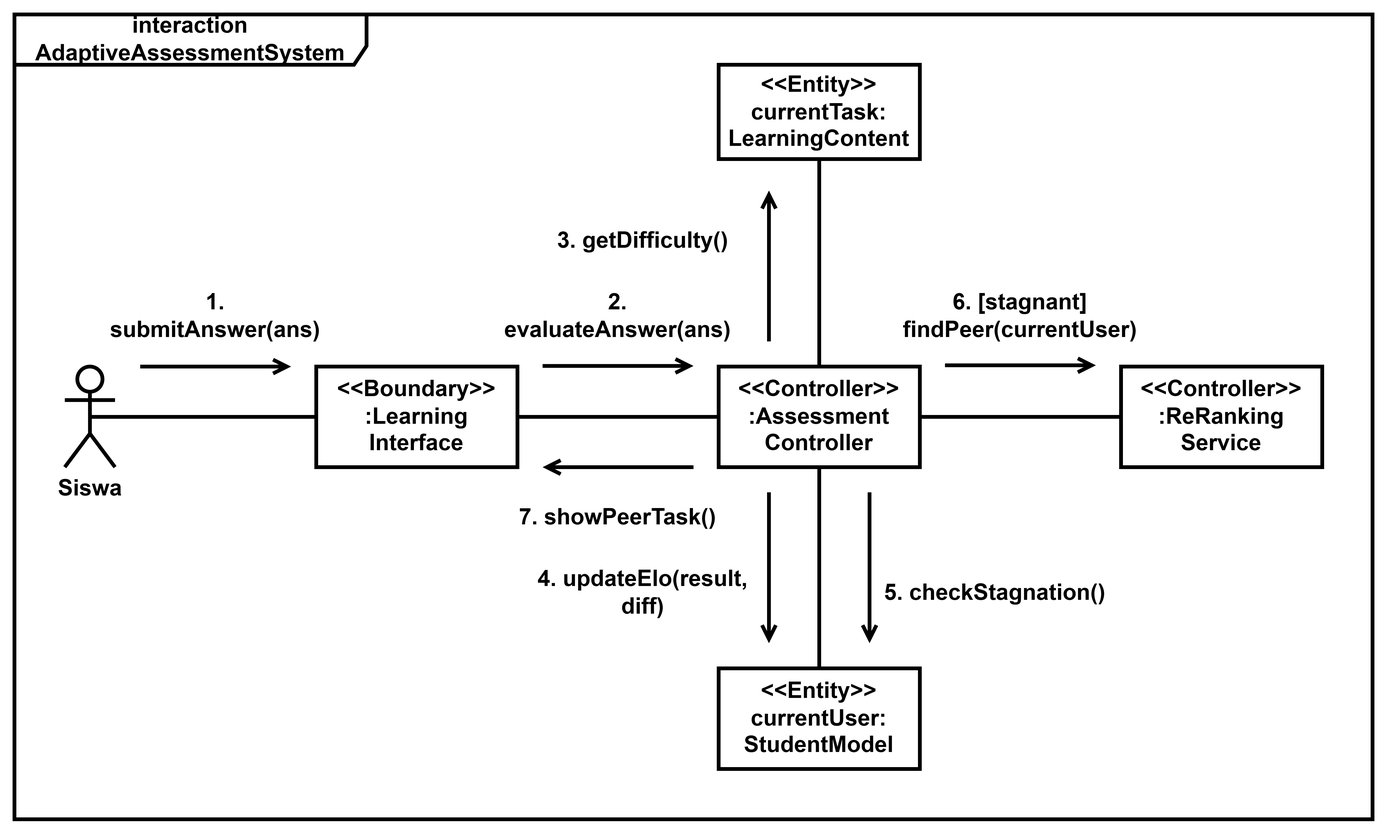
RunningPie/LaporanTA-18222047 keeps this draw.io diagram as images/communication_diagram.png. Above is the earlier version. Source tidied: cells renumbered, new cells last; positions are measured from the earlier drawing's top-left corner, leaving out a move shared by most shapes. The source it was exported from:
```xml
<mxGraphModel>
  <root>
    <mxCell id="0" />
    <mxCell id="1" parent="0" />
    <mxCell id="2" value="&lt;span&gt;interaction&lt;/span&gt;&lt;div&gt;AdaptiveAssessmentSystem&lt;/div&gt;" style="shape=umlFrame;whiteSpace=wrap;html=1;width=280;height=40;fontStyle=1;fontSize=18;strokeWidth=3;" parent="1" vertex="1">
      <mxGeometry width="1080" height="640" as="geometry" />
    </mxCell>
    <mxCell id="3" style="edgeStyle=none;curved=1;rounded=0;jettySize=auto;html=1;exitX=0.5;exitY=0.5;exitDx=0;exitDy=0;exitPerimeter=0;entryX=0;entryY=0.5;entryDx=0;entryDy=0;fontSize=18;startSize=8;endSize=8;endArrow=none;endFill=0;fontStyle=1;strokeWidth=3;" parent="1" edge="1" source="4" target="6">
      <mxGeometry relative="1" as="geometry" />
    </mxCell>
    <mxCell id="4" value="Siswa" style="shape=umlActor;verticalLabelPosition=bottom;verticalAlign=top;html=1;fontStyle=1;fontSize=18;strokeWidth=3;" parent="1" vertex="1">
      <mxGeometry x="40" y="280" width="40" height="80" as="geometry" />
    </mxCell>
    <mxCell id="5" style="edgeStyle=none;curved=1;rounded=0;jettySize=auto;html=1;exitX=1;exitY=0.5;exitDx=0;exitDy=0;entryX=0;entryY=0.5;entryDx=0;entryDy=0;fontSize=18;startSize=8;endSize=8;endArrow=none;endFill=0;fontStyle=1;strokeWidth=3;" parent="1" edge="1" source="6" target="10">
      <mxGeometry relative="1" as="geometry" />
    </mxCell>
    <mxCell id="6" value="&lt;div&gt;&amp;lt;&amp;lt;Boundary&amp;gt;&amp;gt;&lt;/div&gt;:Learning&lt;div&gt;Interface&lt;/div&gt;" style="html=1;whiteSpace=wrap;fontStyle=1;fontSize=18;strokeWidth=3;" parent="1" vertex="1">
      <mxGeometry x="240" y="280" width="160" height="80" as="geometry" />
    </mxCell>
    <mxCell id="7" style="edgeStyle=none;curved=1;rounded=0;jettySize=auto;html=1;exitX=0.5;exitY=0;exitDx=0;exitDy=0;entryX=0.5;entryY=1;entryDx=0;entryDy=0;fontSize=18;startSize=8;endSize=8;endArrow=none;endFill=0;fontStyle=1;strokeWidth=3;" parent="1" edge="1" source="10" target="11">
      <mxGeometry relative="1" as="geometry" />
    </mxCell>
    <mxCell id="8" style="edgeStyle=none;curved=1;rounded=0;jettySize=auto;html=1;exitX=0.5;exitY=1;exitDx=0;exitDy=0;entryX=0.5;entryY=0;entryDx=0;entryDy=0;fontSize=18;startSize=8;endSize=8;endArrow=none;endFill=0;fontStyle=1;strokeWidth=3;" parent="1" edge="1" source="10" target="12">
      <mxGeometry relative="1" as="geometry" />
    </mxCell>
    <mxCell id="9" style="edgeStyle=none;curved=1;rounded=0;jettySize=auto;html=1;exitX=1;exitY=0.5;exitDx=0;exitDy=0;entryX=0;entryY=0.5;entryDx=0;entryDy=0;fontSize=18;startSize=8;endSize=8;endArrow=none;endFill=0;fontStyle=1;strokeWidth=3;" parent="1" edge="1" source="10" target="13">
      <mxGeometry relative="1" as="geometry" />
    </mxCell>
    <mxCell id="10" value="&lt;div&gt;&amp;lt;&amp;lt;Controller&amp;gt;&amp;gt;&lt;/div&gt;:Assessment&lt;div&gt;Controller&lt;/div&gt;" style="html=1;whiteSpace=wrap;fontStyle=1;fontSize=18;strokeWidth=3;" parent="1" vertex="1">
      <mxGeometry x="560" y="280" width="160" height="80" as="geometry" />
    </mxCell>
    <mxCell id="11" value="&lt;div&gt;&amp;lt;&amp;lt;Entity&amp;gt;&amp;gt;&lt;/div&gt;currentTask:&lt;div&gt;LearningContent&lt;/div&gt;" style="html=1;whiteSpace=wrap;fontStyle=1;fontSize=18;strokeWidth=3;" parent="1" vertex="1">
      <mxGeometry x="560" y="40" width="160" height="75" as="geometry" />
    </mxCell>
    <mxCell id="12" value="&lt;div&gt;&amp;lt;&amp;lt;Entity&amp;gt;&amp;gt;&lt;/div&gt;currentUser&lt;span style=&quot;background-color: transparent; color: light-dark(rgb(0, 0, 0), rgb(255, 255, 255));&quot;&gt;:&lt;/span&gt;&lt;div&gt;&lt;span style=&quot;background-color: transparent; color: light-dark(rgb(0, 0, 0), rgb(255, 255, 255));&quot;&gt;StudentModel&lt;/span&gt;&lt;/div&gt;" style="html=1;whiteSpace=wrap;fontStyle=1;fontSize=18;strokeWidth=3;" parent="1" vertex="1">
      <mxGeometry x="560" y="520" width="160" height="80" as="geometry" />
    </mxCell>
    <mxCell id="13" value="&lt;div&gt;&amp;lt;&amp;lt;Controller&amp;gt;&amp;gt;&lt;/div&gt;:ReRanking&lt;div&gt;Service&lt;/div&gt;" style="html=1;whiteSpace=wrap;fontStyle=1;fontSize=18;strokeWidth=3;" parent="1" vertex="1">
      <mxGeometry x="880" y="280" width="160" height="80" as="geometry" />
    </mxCell>
    <mxCell id="14" value="1. submitAnswer(ans)" style="text;html=1;whiteSpace=wrap;strokeColor=none;fillColor=none;align=center;verticalAlign=middle;rounded=0;fontSize=18;fontStyle=1;strokeWidth=3;" parent="1" vertex="1">
      <mxGeometry x="80" y="220" width="160" height="40" as="geometry" />
    </mxCell>
    <mxCell id="15" style="endArrow=open;html=1;rounded=0;fontSize=18;startSize=8;endSize=8;curved=1;endFill=0;fontStyle=1;strokeWidth=3;" parent="1" edge="1">
      <mxGeometry relative="1" as="geometry">
        <mxPoint x="100" y="280" as="sourcePoint" />
        <mxPoint x="220" y="280" as="targetPoint" />
      </mxGeometry>
    </mxCell>
    <mxCell id="16" value="2. evaluateAnswer(ans)" style="text;html=1;whiteSpace=wrap;strokeColor=none;fillColor=none;align=center;verticalAlign=middle;rounded=0;fontSize=18;fontStyle=1;strokeWidth=3;" parent="1" vertex="1">
      <mxGeometry x="400" y="220" width="160" height="40" as="geometry" />
    </mxCell>
    <mxCell id="17" style="endArrow=open;html=1;rounded=0;fontSize=18;startSize=8;endSize=8;curved=1;endFill=0;fontStyle=1;strokeWidth=3;" parent="1" edge="1">
      <mxGeometry relative="1" as="geometry">
        <mxPoint x="420" y="279.5" as="sourcePoint" />
        <mxPoint x="540" y="279.5" as="targetPoint" />
      </mxGeometry>
    </mxCell>
    <mxCell id="18" style="endArrow=open;html=1;rounded=0;fontSize=18;startSize=8;endSize=8;curved=1;endFill=0;fontStyle=1;strokeWidth=3;" parent="1" edge="1">
      <mxGeometry relative="1" as="geometry">
        <mxPoint x="600" y="260" as="sourcePoint" />
        <mxPoint x="600" y="140" as="targetPoint" />
      </mxGeometry>
    </mxCell>
    <mxCell id="19" value="3. getDifficulty()" style="text;html=1;whiteSpace=wrap;strokeColor=none;fillColor=none;align=center;verticalAlign=middle;rounded=0;fontSize=18;fontStyle=1;strokeWidth=3;" parent="1" vertex="1">
      <mxGeometry x="400" y="160" width="200" height="40" as="geometry" />
    </mxCell>
    <mxCell id="20" style="endArrow=open;html=1;rounded=0;fontSize=18;startSize=8;endSize=8;curved=1;endFill=0;fontStyle=1;strokeWidth=3;" parent="1" edge="1">
      <mxGeometry relative="1" as="geometry">
        <mxPoint x="600" y="380" as="sourcePoint" />
        <mxPoint x="600" y="500" as="targetPoint" />
      </mxGeometry>
    </mxCell>
    <mxCell id="21" value="4. updateElo(result, diff)" style="text;html=1;whiteSpace=wrap;strokeColor=none;fillColor=none;align=center;verticalAlign=middle;rounded=0;fontSize=18;fontStyle=1;strokeWidth=3;" parent="1" vertex="1">
      <mxGeometry x="400" y="440" width="200" height="40" as="geometry" />
    </mxCell>
    <mxCell id="22" style="endArrow=open;html=1;rounded=0;fontSize=18;startSize=8;endSize=8;curved=1;endFill=0;fontStyle=1;strokeWidth=3;" parent="1" edge="1">
      <mxGeometry relative="1" as="geometry">
        <mxPoint x="680" y="380" as="sourcePoint" />
        <mxPoint x="680" y="500" as="targetPoint" />
      </mxGeometry>
    </mxCell>
    <mxCell id="23" value="5. checkStagnation()" style="text;html=1;whiteSpace=wrap;strokeColor=none;fillColor=none;align=center;verticalAlign=middle;rounded=0;fontSize=18;fontStyle=1;strokeWidth=3;" parent="1" vertex="1">
      <mxGeometry x="680" y="440" width="200" height="40" as="geometry" />
    </mxCell>
    <mxCell id="24" style="endArrow=open;html=1;rounded=0;fontSize=18;startSize=8;endSize=8;curved=1;endFill=0;fontStyle=1;strokeWidth=3;" parent="1" edge="1">
      <mxGeometry relative="1" as="geometry">
        <mxPoint x="740" y="279" as="sourcePoint" />
        <mxPoint x="860" y="279" as="targetPoint" />
      </mxGeometry>
    </mxCell>
    <mxCell id="25" value="6. [stagnant]&lt;div&gt;findPeer(currentUser)&lt;/div&gt;" style="text;html=1;whiteSpace=wrap;strokeColor=none;fillColor=none;align=center;verticalAlign=middle;rounded=0;fontSize=18;fontStyle=1;strokeWidth=3;" parent="1" vertex="1">
      <mxGeometry x="720" y="220" width="160" height="40" as="geometry" />
    </mxCell>
    <mxCell id="26" style="endArrow=none;html=1;rounded=0;fontSize=18;startSize=8;endSize=8;curved=1;endFill=0;fontStyle=1;strokeWidth=3;startArrow=open;startFill=0;" parent="1" edge="1">
      <mxGeometry relative="1" as="geometry">
        <mxPoint x="420" y="360" as="sourcePoint" />
        <mxPoint x="540" y="360" as="targetPoint" />
      </mxGeometry>
    </mxCell>
    <mxCell id="27" value="7. showPeerTask()" style="text;html=1;whiteSpace=wrap;strokeColor=none;fillColor=none;align=center;verticalAlign=middle;rounded=0;fontSize=18;fontStyle=1;strokeWidth=3;" parent="1" vertex="1">
      <mxGeometry x="400" y="380" width="160" height="40" as="geometry" />
    </mxCell>
  </root>
</mxGraphModel>
```
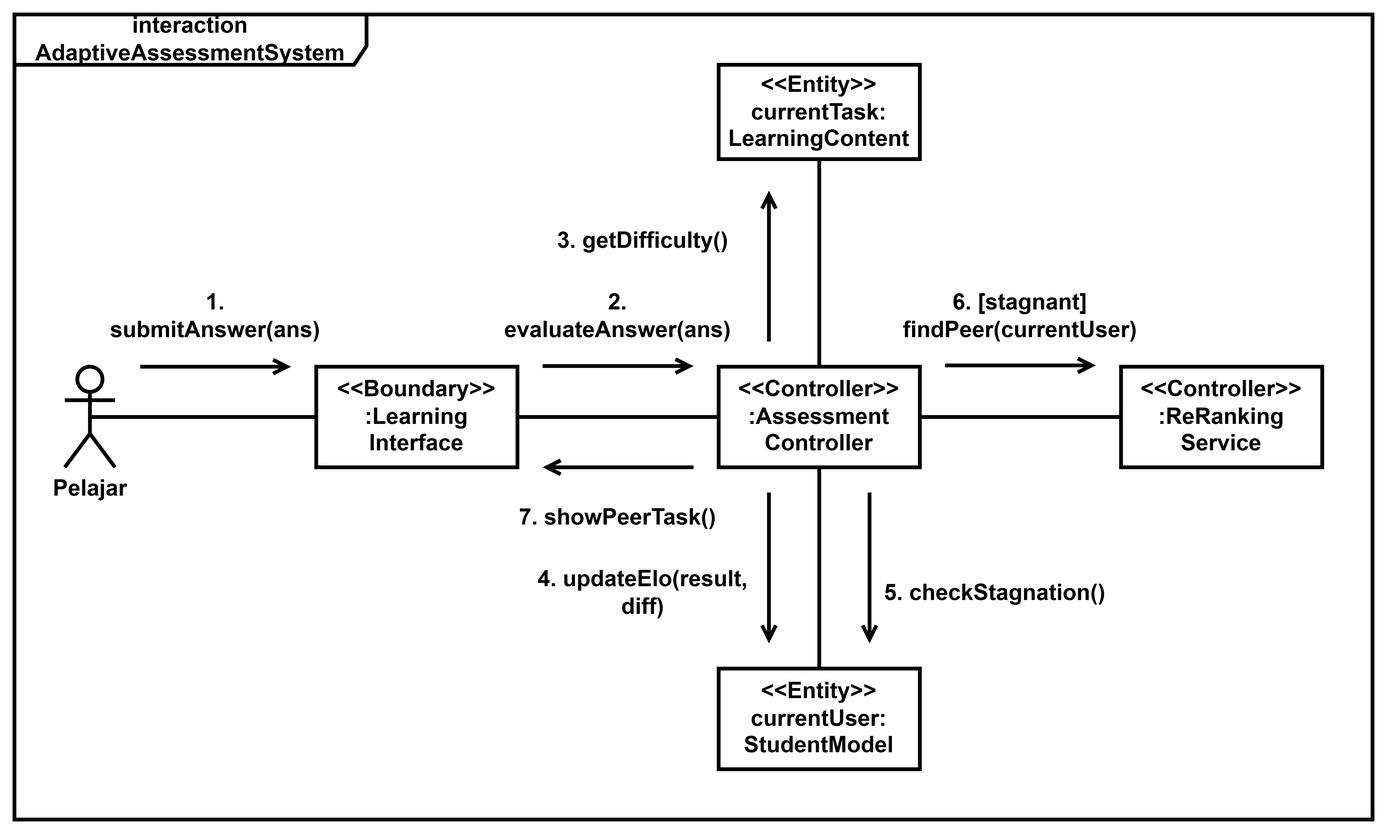
Above is the later version.

Diff of the diagram source:
```diff
@@ -8,7 +8,7 @@
     <mxCell id="3" style="edgeStyle=none;curved=1;rounded=0;jettySize=auto;html=1;exitX=0.5;exitY=0.5;exitDx=0;exitDy=0;exitPerimeter=0;entryX=0;entryY=0.5;entryDx=0;entryDy=0;fontSize=18;startSize=8;endSize=8;endArrow=none;endFill=0;fontStyle=1;strokeWidth=3;" parent="1" edge="1" source="4" target="6">
       <mxGeometry relative="1" as="geometry" />
     </mxCell>
-    <mxCell id="4" value="Siswa" style="shape=umlActor;verticalLabelPosition=bottom;verticalAlign=top;html=1;fontStyle=1;fontSize=18;strokeWidth=3;" parent="1" vertex="1">
+    <mxCell id="4" value="Pelajar" style="shape=umlActor;verticalLabelPosition=bottom;verticalAlign=top;html=1;fontStyle=1;fontSize=18;strokeWidth=3;" parent="1" vertex="1">
       <mxGeometry x="40" y="280" width="40" height="80" as="geometry" />
     </mxCell>
     <mxCell id="5" style="edgeStyle=none;curved=1;rounded=0;jettySize=auto;html=1;exitX=1;exitY=0.5;exitDx=0;exitDy=0;entryX=0;entryY=0.5;entryDx=0;entryDy=0;fontSize=18;startSize=8;endSize=8;endArrow=none;endFill=0;fontStyle=1;strokeWidth=3;" parent="1" edge="1" source="6" target="10">
```
